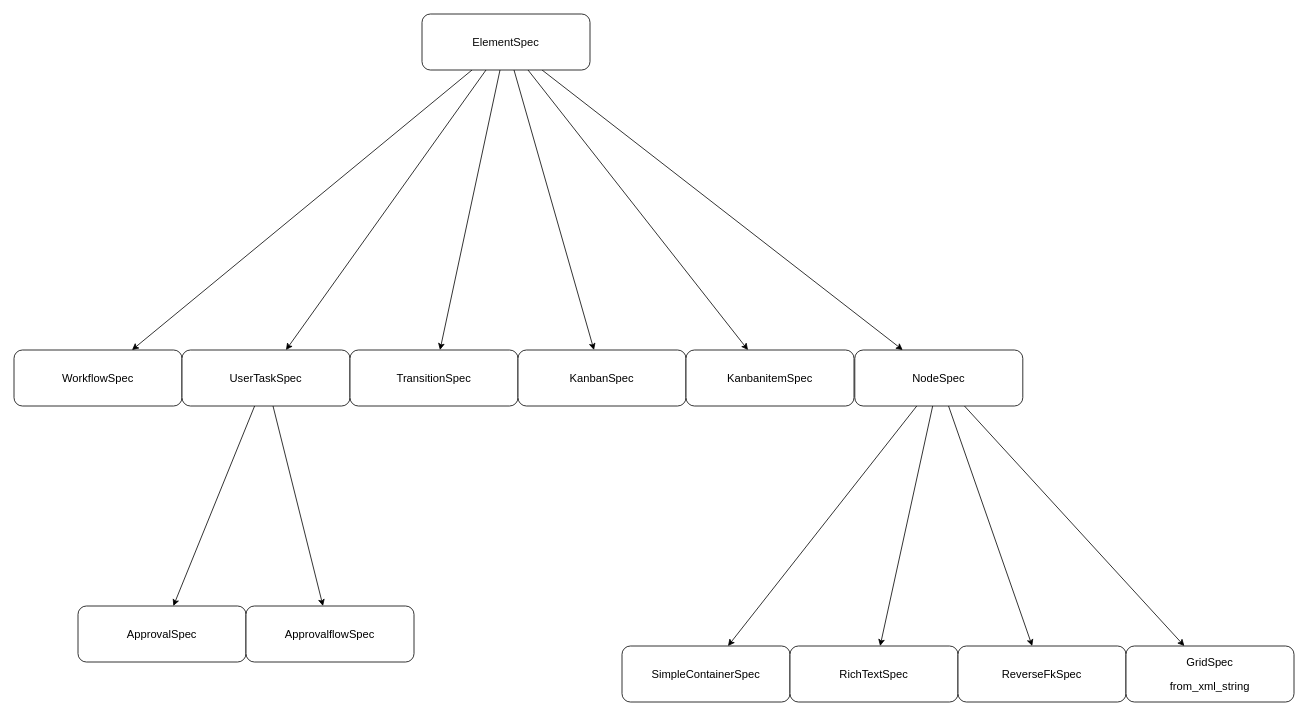
Above: NodeParser.drawio in likeyiyy/Simple_Interpreter (draw.io), before the change. Source tidied: cells renumbered, new cells numbered last; positions are measured from the earlier drawing's top-left corner, leaving out a move shared by most shapes. Both pictures are drawn from the tidied source at 80%, with x=0, y=0 at pixel (14, 14).
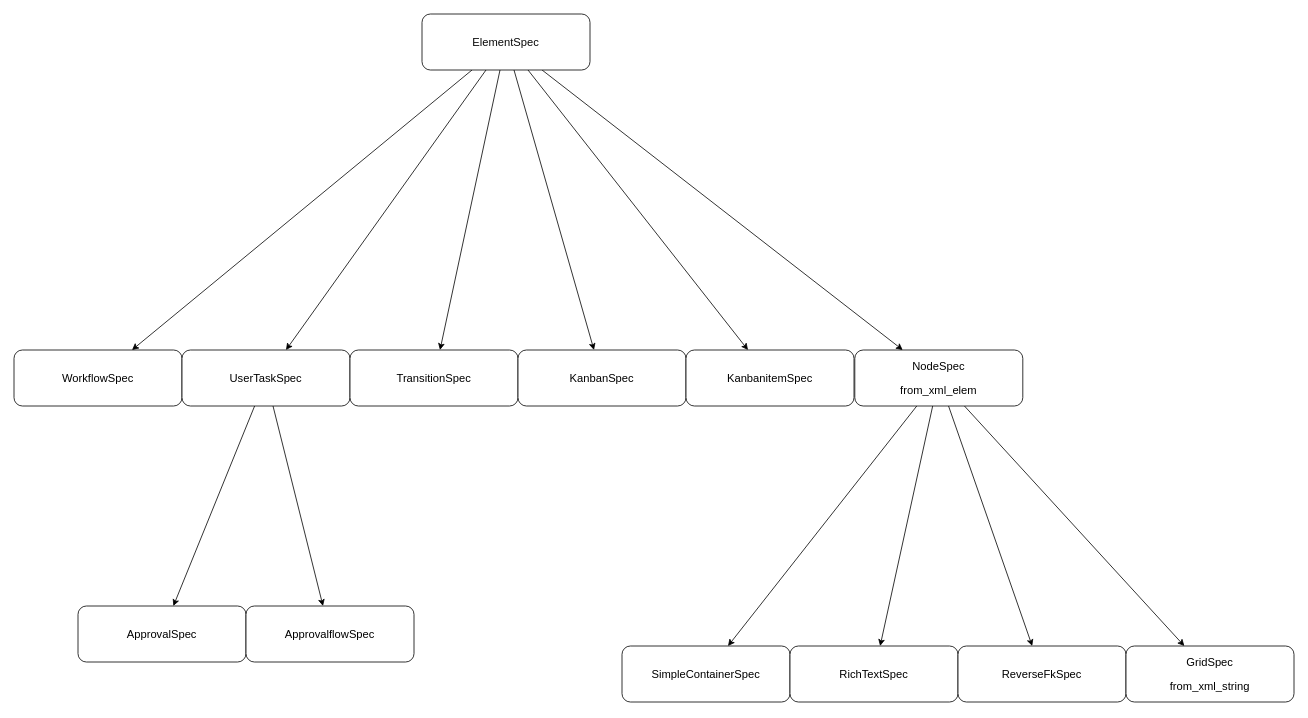
After the change.

Diff of the diagram source:
```diff
@@
-    <mxCell id="20" value="&lt;pre style=&quot;background-color: #ffffff ; color: #080808 ; font-family: &amp;#34;jetbrains mono&amp;#34; ; font-size: 10.5pt&quot;&gt;&lt;pre style=&quot;font-family: &amp;#34;jetbrains mono&amp;#34; ; font-size: 10.5pt&quot;&gt;&lt;span style=&quot;color: #000000&quot;&gt;NodeSpec&lt;/span&gt;&lt;/pre&gt;&lt;/pre&gt;" style="rounded=1;whiteSpace=wrap;html=1;" parent="1" vertex="1">
+    <mxCell id="20" value="&lt;pre style=&quot;background-color: #ffffff ; color: #080808 ; font-family: &amp;#34;jetbrains mono&amp;#34; ; font-size: 10.5pt&quot;&gt;&lt;pre style=&quot;font-family: &amp;#34;jetbrains mono&amp;#34; ; font-size: 10.5pt&quot;&gt;&lt;span style=&quot;color: #000000&quot;&gt;NodeSpec&lt;/span&gt;&lt;/pre&gt;&lt;pre style=&quot;font-family: &amp;#34;jetbrains mono&amp;#34; ; font-size: 10.5pt&quot;&gt;&lt;pre style=&quot;font-family: &amp;#34;jetbrains mono&amp;#34; ; font-size: 10.5pt&quot;&gt;&lt;span style=&quot;color: #000000&quot;&gt;from_xml_elem&lt;/span&gt;&lt;/pre&gt;&lt;/pre&gt;&lt;/pre&gt;" style="rounded=1;whiteSpace=wrap;html=1;" parent="1" vertex="1">
       <mxGeometry x="1051" y="420" width="210" height="70" as="geometry" />
     </mxCell>
```
